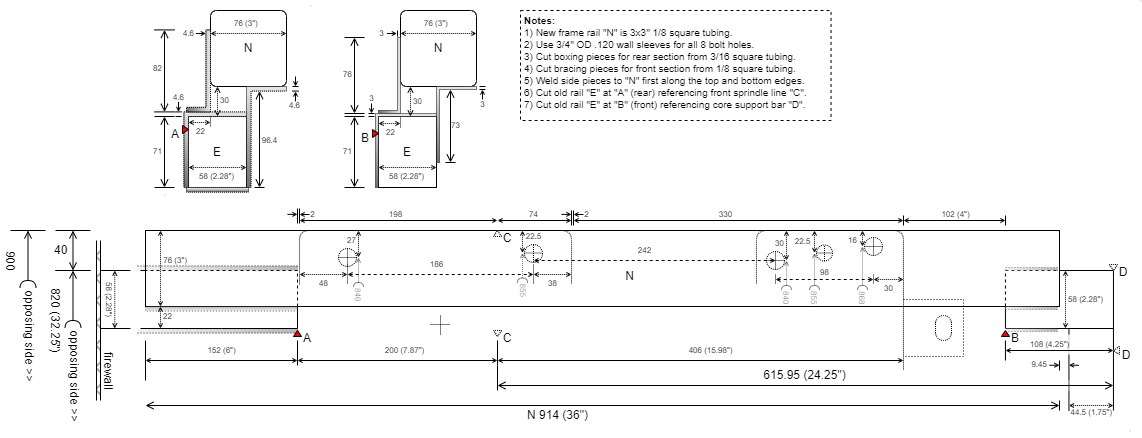
The draw.io diagram 614-front-rail.png in mcgitty/mustang-614, before a commit. Source tidied: cells renumbered, new cells last; positions are measured from the earlier drawing's top-left corner, leaving out a move shared by most shapes.
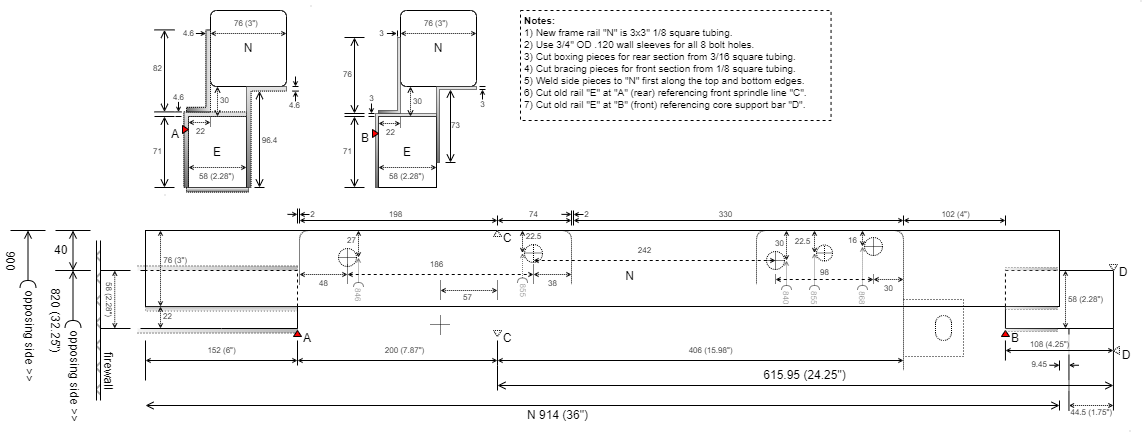
Later version of the same file.

Commit message:
Add relative distance from C on new rail.

Change to the diagram source:
```diff
@@ -1253,5 +1253,35 @@
     <mxCell id="290" style="shape=partialRectangle;whiteSpace=wrap;html=1;bottom=0;right=0;fillColor=none;flipV=1;flipH=1;" parent="1" vertex="1">
       <mxGeometry x="247" y="306" width="76" height="22" as="geometry" />
     </mxCell>
+    <mxCell id="291" style="endArrow=none;html=1;strokeWidth=1;rounded=0;" parent="1" edge="1">
+      <mxGeometry relative="1" as="geometry">
+        <mxPoint x="523" y="215" as="sourcePoint" />
+        <mxPoint x="523" y="225" as="targetPoint" />
+      </mxGeometry>
+    </mxCell>
+    <mxCell id="292" style="group;" parent="1" vertex="1">
+      <mxGeometry x="466" y="280" width="57" height="28" as="geometry" />
+    </mxCell>
+    <mxCell id="293" style="endArrow=none;dashed=1;html=1;dashPattern=1 1;strokeWidth=1;rounded=0;" parent="292" edge="1">
+      <mxGeometry relative="1" as="geometry">
+        <mxPoint x="57" as="sourcePoint" />
+        <mxPoint x="57" y="20" as="targetPoint" />
+      </mxGeometry>
+    </mxCell>
+    <mxCell id="294" style="endArrow=open;html=1;rounded=0;endFill=0;startArrow=open;startFill=0;dashed=1;endSize=3;startSize=3;dashPattern=1 1;" parent="292" edge="1">
+      <mxGeometry relative="1" as="geometry">
+        <mxPoint y="10" as="sourcePoint" />
+        <mxPoint x="57" y="10" as="targetPoint" />
+      </mxGeometry>
+    </mxCell>
+    <mxCell id="295" value="57" style="text;html=1;align=center;verticalAlign=top;fillColor=none;strokeColor=none;rounded=0;rotation=0;spacing=0;fontSize=8;" parent="292" vertex="1">
+      <mxGeometry x="12" y="8" width="30" height="20" as="geometry" />
+    </mxCell>
+    <mxCell id="296" style="endArrow=none;dashed=1;html=1;dashPattern=1 1;strokeWidth=1;rounded=0;" parent="292" edge="1">
+      <mxGeometry relative="1" as="geometry">
+        <mxPoint as="sourcePoint" />
+        <mxPoint y="20" as="targetPoint" />
+      </mxGeometry>
+    </mxCell>
   </root>
 </mxGraphModel>
```
